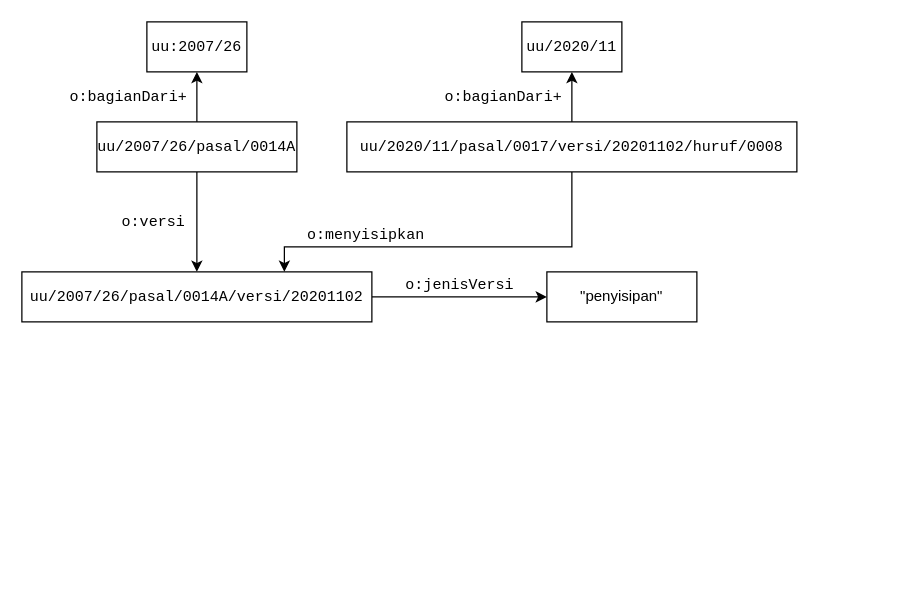
Above: paper/pictures/insert.drawio in aabccd021/legal-kg (draw.io), before the change. Source tidied: cells renumbered, new cells numbered last; positions are measured from the earlier drawing's top-left corner, leaving out a move shared by most shapes. Both pictures are drawn from the tidied source at 125%, with x=0, y=0 at pixel (21, 21).
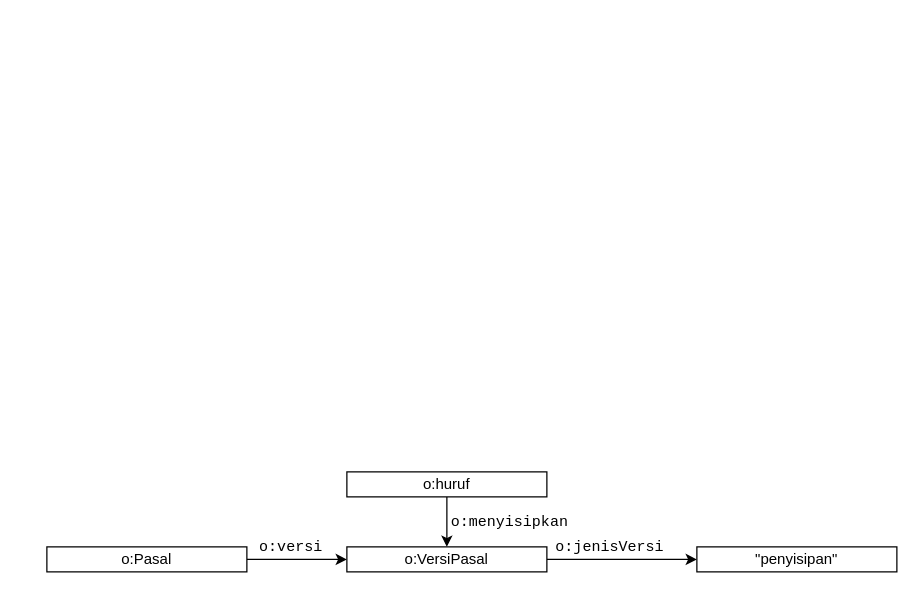
The same diagram, later.

Change to the diagram source:
```diff
@@
 <mxGraphModel>
   <root>
     <mxCell id="0" />
     <mxCell id="1" parent="0" />
-    <mxCell id="2" value="&lt;font face=&quot;Courier New&quot;&gt;uu:2007/26&lt;/font&gt;" style="whiteSpace=wrap;html=1;" parent="1" vertex="1">
-      <mxGeometry x="100" width="80" height="40" as="geometry" />
-    </mxCell>
-    <mxCell id="3" style="edgeStyle=none;rounded=0;jettySize=auto;html=1;entryX=0.5;entryY=0;entryDx=0;entryDy=0;" parent="1" edge="1" source="5" target="7">
-      <mxGeometry relative="1" as="geometry" />
-    </mxCell>
+    <mxCell id="18" style="edgeStyle=orthogonalEdgeStyle;rounded=0;jettySize=auto;html=1;entryX=0;entryY=0.5;entryDx=0;entryDy=0;" parent="1" edge="1" source="4" target="20">
+      <mxGeometry relative="1" as="geometry" />
+    </mxCell>
-    <mxCell id="4" style="edgeStyle=orthogonalEdgeStyle;rounded=0;jettySize=auto;html=1;" parent="1" edge="1" source="5" target="2">
-      <mxGeometry relative="1" as="geometry" />
+    <mxCell id="4" value="o:Pasal" style="whiteSpace=wrap;html=1;" parent="1" vertex="1">
+      <mxGeometry x="20" y="420" width="160" height="20" as="geometry" />
     </mxCell>
-    <mxCell id="5" value="&lt;font face=&quot;Courier New&quot;&gt;uu/2007/26/pasal/0014A&lt;/font&gt;" style="whiteSpace=wrap;html=1;" parent="1" vertex="1">
-      <mxGeometry x="60" y="80" width="160" height="40" as="geometry" />
-    </mxCell>
-    <mxCell id="6" style="edgeStyle=none;rounded=0;jettySize=auto;html=1;entryX=0;entryY=0.5;entryDx=0;entryDy=0;" parent="1" edge="1" source="7" target="12">
-      <mxGeometry relative="1" as="geometry" />
-    </mxCell>
-    <mxCell id="7" value="&lt;font face=&quot;Courier New&quot;&gt;uu/2007/26/pasal/0014A/versi/20201102&lt;/font&gt;" style="whiteSpace=wrap;html=1;" parent="1" vertex="1">
-      <mxGeometry y="200" width="280" height="40" as="geometry" />
-    </mxCell>
-    <mxCell id="8" style="edgeStyle=none;rounded=0;jettySize=auto;html=1;entryX=0.5;entryY=1;entryDx=0;entryDy=0;" parent="1" edge="1" source="10" target="11">
-      <mxGeometry relative="1" as="geometry" />
-    </mxCell>
-    <mxCell id="9" style="edgeStyle=orthogonalEdgeStyle;rounded=0;jettySize=auto;html=1;entryX=0.75;entryY=0;entryDx=0;entryDy=0;" parent="1" edge="1" source="10" target="7">
-      <mxGeometry relative="1" as="geometry">
-        <Array as="points">
-          <mxPoint x="440" y="180" />
-          <mxPoint x="210" y="180" />
-        </Array>
-      </mxGeometry>
-    </mxCell>
-    <mxCell id="10" value="&lt;font face=&quot;Courier New&quot;&gt;uu/2020/11/pasal/0017/versi/20201102/huruf/0008&lt;/font&gt;" style="whiteSpace=wrap;html=1;" parent="1" vertex="1">
-      <mxGeometry x="260" y="80" width="360" height="40" as="geometry" />
-    </mxCell>
-    <mxCell id="11" value="&lt;font face=&quot;Courier New&quot;&gt;uu/2020/11&lt;/font&gt;" style="whiteSpace=wrap;html=1;" parent="1" vertex="1">
-      <mxGeometry x="400" width="80" height="40" as="geometry" />
-    </mxCell>
+    <mxCell id="19" style="edgeStyle=orthogonalEdgeStyle;rounded=0;jettySize=auto;html=1;entryX=0;entryY=0.5;entryDx=0;entryDy=0;" parent="1" edge="1" source="20" target="12">
+      <mxGeometry relative="1" as="geometry" />
+    </mxCell>
+    <mxCell id="20" value="o:VersiPasal" style="whiteSpace=wrap;html=1;" parent="1" vertex="1">
+      <mxGeometry x="260" y="420" width="160" height="20" as="geometry" />
+    </mxCell>
     <mxCell id="12" value="&quot;penyisipan&quot;" style="whiteSpace=wrap;html=1;" parent="1" vertex="1">
-      <mxGeometry x="420" y="200" width="120" height="40" as="geometry" />
+      <mxGeometry x="540" y="420" width="160" height="20" as="geometry" />
     </mxCell>
+    <mxCell id="14" value="&lt;font face=&quot;Courier New&quot;&gt;o:versi&lt;/font&gt;" style="text;html=1;align=center;verticalAlign=middle;strokeColor=none;" parent="1" vertex="1">
+      <mxGeometry x="180" y="410" width="70" height="20" as="geometry" />
+    </mxCell>
     <mxCell id="13" value="&lt;font face=&quot;Courier New&quot;&gt;o:jenisVersi&lt;/font&gt;" style="text;html=1;align=center;verticalAlign=middle;strokeColor=none;" parent="1" vertex="1">
-      <mxGeometry x="300" y="200" width="100" height="20" as="geometry" />
+      <mxGeometry x="420" y="410" width="100" height="20" as="geometry" />
     </mxCell>
-    <mxCell id="14" value="&lt;font face=&quot;Courier New&quot;&gt;o:versi&lt;/font&gt;" style="text;html=1;align=center;verticalAlign=middle;strokeColor=none;" parent="1" vertex="1">
-      <mxGeometry x="70" y="150" width="70" height="20" as="geometry" />
-    </mxCell>
-    <mxCell id="15" value="&lt;font face=&quot;Courier New&quot;&gt;o:bagianDari+&lt;/font&gt;" style="text;html=1;align=center;verticalAlign=middle;strokeColor=none;" parent="1" vertex="1">
-      <mxGeometry x="330" y="50" width="110" height="20" as="geometry" />
-    </mxCell>
+    <mxCell id="21" style="edgeStyle=orthogonalEdgeStyle;rounded=0;jettySize=auto;html=1;entryX=0.5;entryY=0;entryDx=0;entryDy=0;" parent="1" edge="1" source="22" target="20">
+      <mxGeometry relative="1" as="geometry" />
+    </mxCell>
+    <mxCell id="22" value="o:huruf" style="whiteSpace=wrap;html=1;" parent="1" vertex="1">
+      <mxGeometry x="260" y="360" width="160" height="20" as="geometry" />
+    </mxCell>
     <mxCell id="16" value="&lt;font face=&quot;Courier New&quot;&gt;o:menyisipkan&lt;/font&gt;" style="text;html=1;align=center;verticalAlign=middle;strokeColor=none;" parent="1" vertex="1">
-      <mxGeometry x="220" y="160" width="110" height="20" as="geometry" />
+      <mxGeometry x="335" y="390" width="110" height="20" as="geometry" />
     </mxCell>
-    <mxCell id="17" value="&lt;font face=&quot;Courier New&quot;&gt;o:bagianDari+&lt;/font&gt;" style="text;html=1;align=center;verticalAlign=middle;strokeColor=none;" parent="1" vertex="1">
-      <mxGeometry x="30" y="50" width="110" height="20" as="geometry" />
-    </mxCell>
   </root>
 </mxGraphModel>
```
